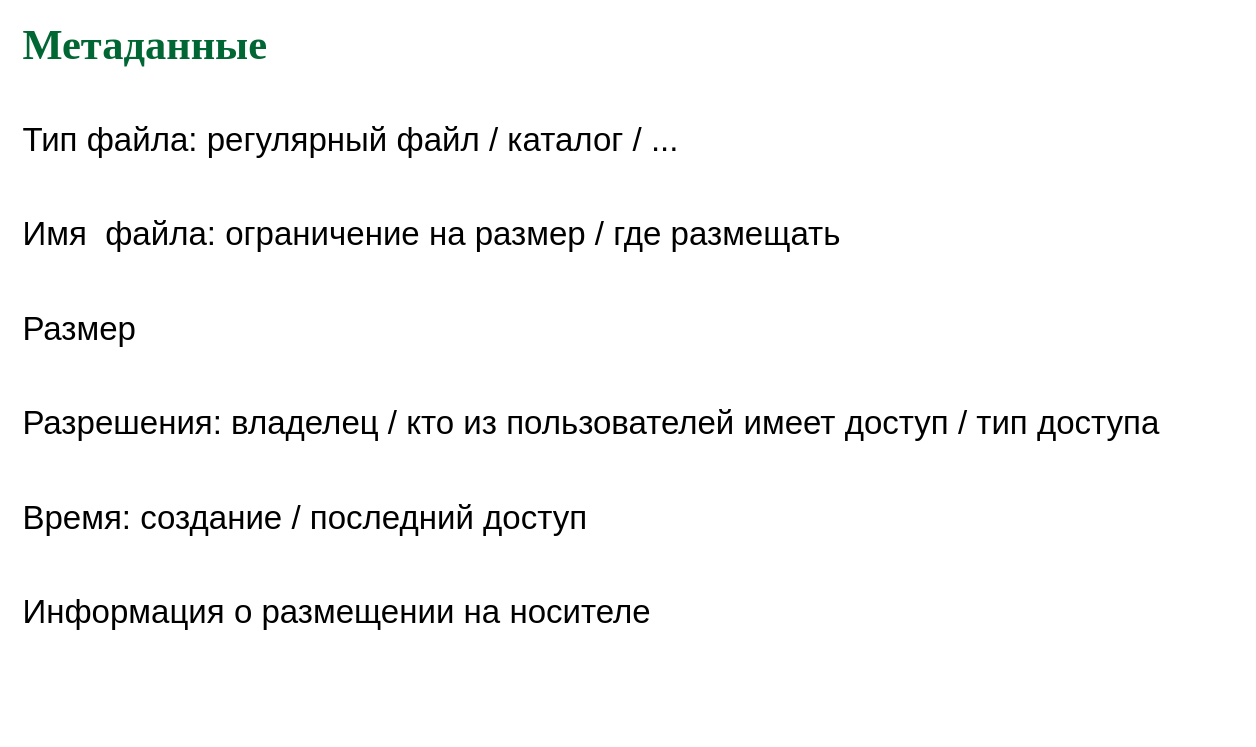
77maxikov/os_course keeps this draw.io diagram as page "meta" (7 of 19) of slides/extsto.drawio. Above is the earlier version. Source tidied: cells renumbered, new cells numbered last; positions are measured from the earlier drawing's top-left corner, leaving out a move shared by most shapes. Both pictures are drawn from the tidied source at 118%, with x=0, y=0 at pixel (20, 33).
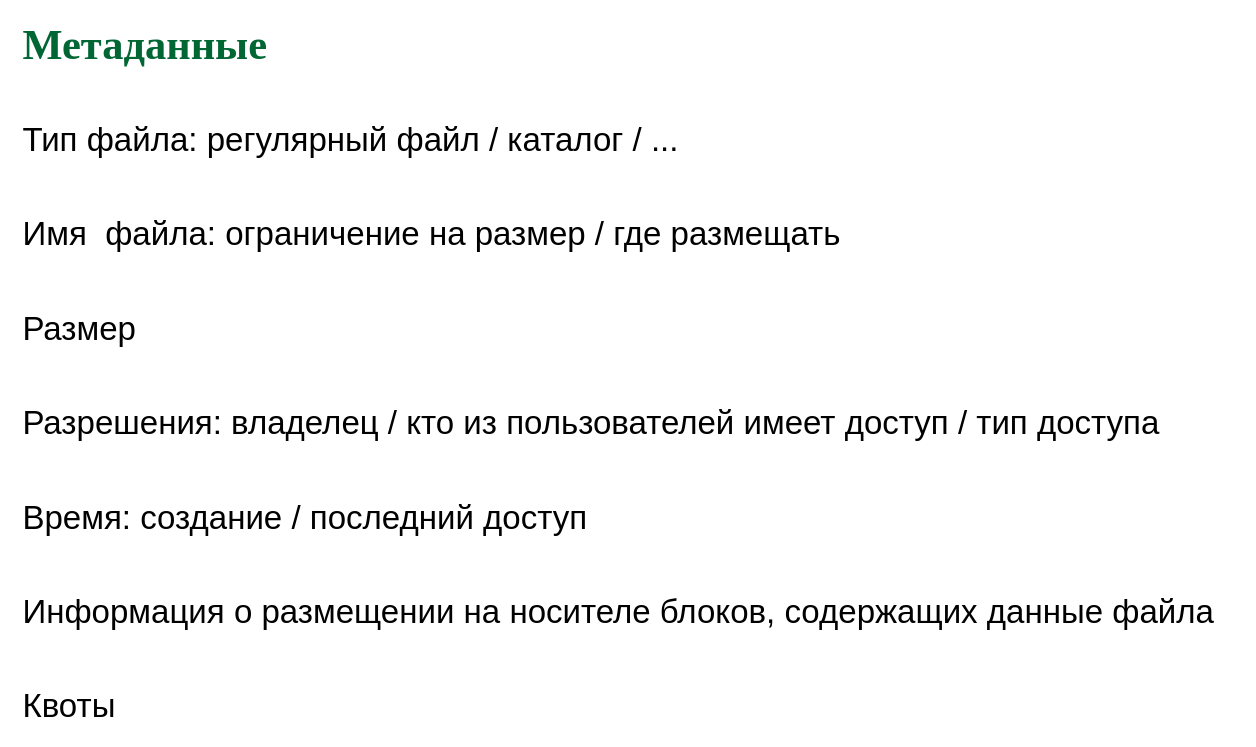
Above is the later version.

The edit, as a diff of the source:
```diff
@@
 <mxGraphModel>
   <root>
     <mxCell id="0" />
     <mxCell id="1" parent="0" />
     <mxCell id="2" value="&lt;font color=&quot;#006633&quot; face=&quot;garamond&quot;&gt;&lt;span style=&quot;font-size: 36px&quot;&gt;&lt;b&gt;Метаданные&lt;/b&gt;&lt;/span&gt;&lt;/font&gt;" style="text;html=1;align=left;verticalAlign=middle;whiteSpace=wrap;rounded=0;" parent="1" vertex="1">
       <mxGeometry width="920" height="20" as="geometry" />
     </mxCell>
     <mxCell id="3" value="&lt;span style=&quot;font-size: 28px&quot;&gt;Имя&amp;nbsp; файла: ограничение на размер / где размещать&amp;nbsp;&lt;br&gt;&lt;/span&gt;" style="text;html=1;align=left;verticalAlign=middle;" parent="1" vertex="1">
       <mxGeometry y="160" width="720" height="20" as="geometry" />
     </mxCell>
     <mxCell id="4" value="&lt;span style=&quot;font-size: 28px&quot;&gt;Размер&amp;nbsp;&lt;br&gt;&lt;/span&gt;" style="text;html=1;align=left;verticalAlign=middle;" parent="1" vertex="1">
       <mxGeometry y="240" width="120" height="20" as="geometry" />
     </mxCell>
     <mxCell id="5" value="&lt;span style=&quot;font-size: 28px&quot;&gt;Разрешения: владелец / кто из пользователей имеет доступ / тип доступа&lt;br&gt;&lt;/span&gt;" style="text;html=1;align=left;verticalAlign=middle;" parent="1" vertex="1">
       <mxGeometry y="320" width="980" height="20" as="geometry" />
     </mxCell>
     <mxCell id="6" value="&lt;span style=&quot;font-size: 28px&quot;&gt;Время: создание / последний доступ&amp;nbsp;&amp;nbsp;&lt;br&gt;&lt;/span&gt;" style="text;html=1;align=left;verticalAlign=middle;" parent="1" vertex="1">
       <mxGeometry y="400" width="510" height="20" as="geometry" />
     </mxCell>
-    <mxCell id="7" value="&lt;span style=&quot;font-size: 28px&quot;&gt;Информация о размещении на носителе&lt;br&gt;&lt;/span&gt;" style="text;html=1;align=left;verticalAlign=middle;" parent="1" vertex="1">
-      <mxGeometry y="480" width="550" height="20" as="geometry" />
+    <mxCell id="7" value="&lt;span style=&quot;font-size: 28px&quot;&gt;Информация о размещении на носителе блоков, содержащих данные файла&lt;br&gt;&lt;/span&gt;" style="text;html=1;align=left;verticalAlign=middle;" parent="1" vertex="1">
+      <mxGeometry y="480" width="1030" height="20" as="geometry" />
     </mxCell>
     <mxCell id="8" value="&lt;span style=&quot;font-size: 28px&quot;&gt;Тип файла: регулярный файл / каталог / ...&lt;br&gt;&lt;/span&gt;" style="text;html=1;align=left;verticalAlign=middle;" parent="1" vertex="1">
       <mxGeometry y="80" width="570" height="20" as="geometry" />
     </mxCell>
+    <mxCell id="9" value="&lt;span style=&quot;font-size: 28px&quot;&gt;Квоты&lt;br&gt;&lt;/span&gt;" style="text;html=1;align=left;verticalAlign=middle;" parent="1" vertex="1">
+      <mxGeometry y="560" width="90" height="20" as="geometry" />
+    </mxCell>
   </root>
 </mxGraphModel>
```
